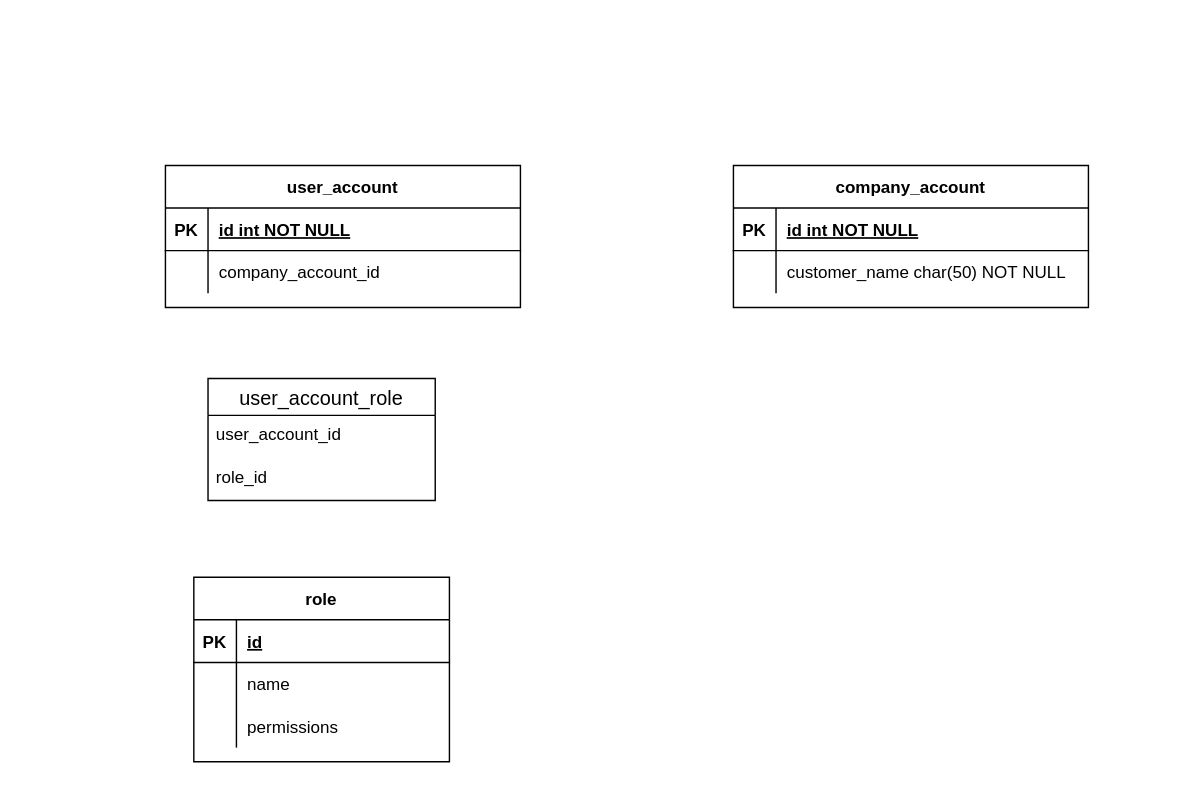
Before: UM.drawio in lyndon-trash/presentation-oauth2, a draw.io diagram. Source tidied: cells renumbered, new cells numbered last; positions are measured from the earlier drawing's top-left corner, leaving out a move shared by most shapes. Both pictures are drawn from the tidied source at 142%, with x=0, y=0 at pixel (165, 165).
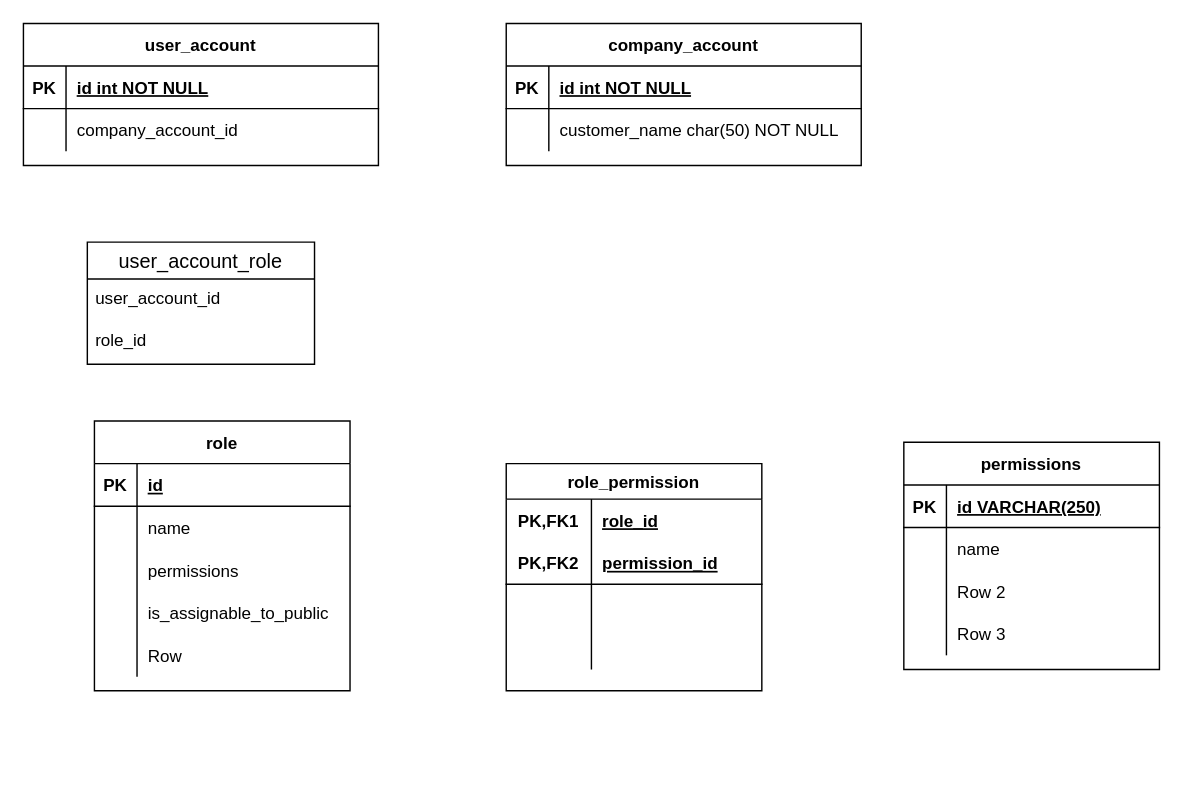
Above is the later version.

Diff of the diagram source:
```diff
@@
     <mxCell id="2" value="user_account" style="shape=table;startSize=30;childLayout=tableLayout;rowLines=0;fontStyle=1;align=center;" parent="1" vertex="1">
-      <mxGeometry width="250" height="100" as="geometry" />
+      <mxGeometry x="-100" y="-100" width="250" height="100" as="geometry" />
     </mxCell>
@@
     <mxCell id="9" value="role" style="shape=table;startSize=30;childLayout=tableLayout;rowLines=0;fontStyle=1;align=center;" parent="1" vertex="1">
-      <mxGeometry x="20" y="290" width="180" height="130" as="geometry" />
+      <mxGeometry x="-50" y="180" width="180" height="190" as="geometry" />
     </mxCell>
@@
+    <mxCell id="29" style="shape=partialRectangle;fillColor=none;top=0;left=0;bottom=0;right=0;" parent="9" vertex="1">
+      <mxGeometry y="120" width="180" height="30" as="geometry" />
+    </mxCell>
+    <mxCell id="30" style="shape=partialRectangle;fillColor=none;top=0;left=0;bottom=0;right=0;overflow=hidden;" parent="29" vertex="1">
+      <mxGeometry width="30" height="30" as="geometry" />
+    </mxCell>
+    <mxCell id="31" value="is_assignable_to_public" style="shape=partialRectangle;fillColor=none;top=0;left=0;bottom=0;right=0;align=left;spacingLeft=6;overflow=hidden;" parent="29" vertex="1">
+      <mxGeometry x="30" width="150" height="30" as="geometry" />
+    </mxCell>
+    <mxCell id="32" style="shape=partialRectangle;fillColor=none;top=0;left=0;bottom=0;right=0;" parent="9" vertex="1">
+      <mxGeometry y="150" width="180" height="30" as="geometry" />
+    </mxCell>
+    <mxCell id="33" style="shape=partialRectangle;fillColor=none;top=0;left=0;bottom=0;right=0;overflow=hidden;" parent="32" vertex="1">
+      <mxGeometry width="30" height="30" as="geometry" />
+    </mxCell>
+    <mxCell id="34" value="Row" style="shape=partialRectangle;fillColor=none;top=0;left=0;bottom=0;right=0;align=left;spacingLeft=6;overflow=hidden;" parent="32" vertex="1">
+      <mxGeometry x="30" width="150" height="30" as="geometry" />
+    </mxCell>
     <mxCell id="19" value="company_account" style="shape=table;startSize=30;childLayout=tableLayout;rowLines=0;fontStyle=1;align=center;" parent="1" vertex="1">
-      <mxGeometry x="400" width="250" height="100" as="geometry" />
+      <mxGeometry x="240" y="-100" width="250" height="100" as="geometry" />
     </mxCell>
@@
     <mxCell id="26" value="user_account_role" style="swimlane;fontStyle=0;horizontal=1;startSize=26;align=center;fontSize=14;" parent="1" vertex="1">
-      <mxGeometry x="30" y="150" width="160" height="86" as="geometry" />
+      <mxGeometry x="-55" y="54" width="160" height="86" as="geometry" />
     </mxCell>
@@
+    <mxCell id="35" value="permissions" style="shape=table;startSize=30;childLayout=tableLayout;rowLines=0;fontStyle=1;align=center;" parent="1" vertex="1">
+      <mxGeometry x="520" y="195" width="180" height="160" as="geometry" />
+    </mxCell>
+    <mxCell id="36" style="shape=partialRectangle;fillColor=none;top=0;left=0;bottom=1;right=0;" parent="35" vertex="1">
+      <mxGeometry y="30" width="180" height="30" as="geometry" />
+    </mxCell>
+    <mxCell id="37" value="PK" style="shape=partialRectangle;fillColor=none;top=0;left=0;bottom=0;right=0;fontStyle=1;overflow=hidden;" parent="36" vertex="1">
+      <mxGeometry width="30" height="30" as="geometry" />
+    </mxCell>
+    <mxCell id="38" value="id VARCHAR(250)" style="shape=partialRectangle;fillColor=none;top=0;left=0;bottom=0;right=0;align=left;spacingLeft=6;fontStyle=5;overflow=hidden;" parent="36" vertex="1">
+      <mxGeometry x="30" width="150" height="30" as="geometry" />
+    </mxCell>
+    <mxCell id="39" style="shape=partialRectangle;fillColor=none;top=0;left=0;bottom=0;right=0;" parent="35" vertex="1">
+      <mxGeometry y="60" width="180" height="30" as="geometry" />
+    </mxCell>
+    <mxCell id="40" style="shape=partialRectangle;fillColor=none;top=0;left=0;bottom=0;right=0;overflow=hidden;" parent="39" vertex="1">
+      <mxGeometry width="30" height="30" as="geometry" />
+    </mxCell>
+    <mxCell id="41" value="name" style="shape=partialRectangle;fillColor=none;top=0;left=0;bottom=0;right=0;align=left;spacingLeft=6;overflow=hidden;" parent="39" vertex="1">
+      <mxGeometry x="30" width="150" height="30" as="geometry" />
+    </mxCell>
+    <mxCell id="42" style="shape=partialRectangle;fillColor=none;top=0;left=0;bottom=0;right=0;" parent="35" vertex="1">
+      <mxGeometry y="90" width="180" height="30" as="geometry" />
+    </mxCell>
+    <mxCell id="43" style="shape=partialRectangle;fillColor=none;top=0;left=0;bottom=0;right=0;overflow=hidden;" parent="42" vertex="1">
+      <mxGeometry width="30" height="30" as="geometry" />
+    </mxCell>
+    <mxCell id="44" value="Row 2" style="shape=partialRectangle;fillColor=none;top=0;left=0;bottom=0;right=0;align=left;spacingLeft=6;overflow=hidden;" parent="42" vertex="1">
+      <mxGeometry x="30" width="150" height="30" as="geometry" />
+    </mxCell>
+    <mxCell id="45" style="shape=partialRectangle;fillColor=none;top=0;left=0;bottom=0;right=0;" parent="35" vertex="1">
+      <mxGeometry y="120" width="180" height="30" as="geometry" />
+    </mxCell>
+    <mxCell id="46" style="shape=partialRectangle;fillColor=none;top=0;left=0;bottom=0;right=0;overflow=hidden;" parent="45" vertex="1">
+      <mxGeometry width="30" height="30" as="geometry" />
+    </mxCell>
+    <mxCell id="47" value="Row 3" style="shape=partialRectangle;fillColor=none;top=0;left=0;bottom=0;right=0;align=left;spacingLeft=6;overflow=hidden;" parent="45" vertex="1">
+      <mxGeometry x="30" width="150" height="30" as="geometry" />
+    </mxCell>
+    <mxCell id="48" value="role_permission" style="shape=table;startSize=25;childLayout=tableLayout;rowLines=0;fontStyle=1;align=center;" parent="1" vertex="1">
+      <mxGeometry x="240" y="210" width="180" height="160" as="geometry" />
+    </mxCell>
+    <mxCell id="49" style="shape=partialRectangle;fillColor=none;top=0;left=0;bottom=0;right=0;" parent="48" vertex="1">
+      <mxGeometry y="25" width="180" height="30" as="geometry" />
+    </mxCell>
+    <mxCell id="50" value="PK,FK1" style="shape=partialRectangle;fillColor=none;top=0;left=0;bottom=0;right=0;fontStyle=1;overflow=hidden;" parent="49" vertex="1">
+      <mxGeometry width="60" height="30" as="geometry" />
+    </mxCell>
+    <mxCell id="51" value="role_id" style="shape=partialRectangle;fillColor=none;top=0;left=0;bottom=0;right=0;align=left;spacingLeft=6;fontStyle=5;overflow=hidden;" parent="49" vertex="1">
+      <mxGeometry x="60" width="120" height="30" as="geometry" />
+    </mxCell>
+    <mxCell id="52" style="shape=partialRectangle;fillColor=none;top=0;left=0;bottom=1;right=0;" parent="48" vertex="1">
+      <mxGeometry y="55" width="180" height="30" as="geometry" />
+    </mxCell>
+    <mxCell id="53" value="PK,FK2" style="shape=partialRectangle;fillColor=none;top=0;left=0;bottom=0;right=0;fontStyle=1;overflow=hidden;" parent="52" vertex="1">
+      <mxGeometry width="60" height="30" as="geometry" />
+    </mxCell>
+    <mxCell id="54" value="permission_id" style="shape=partialRectangle;fillColor=none;top=0;left=0;bottom=0;right=0;align=left;spacingLeft=6;fontStyle=5;overflow=hidden;" parent="52" vertex="1">
+      <mxGeometry x="60" width="120" height="30" as="geometry" />
+    </mxCell>
+    <mxCell id="55" style="shape=partialRectangle;fillColor=none;top=0;left=0;bottom=0;right=0;" parent="48" vertex="1">
+      <mxGeometry y="85" width="180" height="30" as="geometry" />
+    </mxCell>
+    <mxCell id="56" style="shape=partialRectangle;fillColor=none;top=0;left=0;bottom=0;right=0;overflow=hidden;" parent="55" vertex="1">
+      <mxGeometry width="60" height="30" as="geometry" />
+    </mxCell>
+    <mxCell id="57" style="shape=partialRectangle;fillColor=none;top=0;left=0;bottom=0;right=0;align=left;spacingLeft=6;overflow=hidden;" parent="55" vertex="1">
+      <mxGeometry x="60" width="120" height="30" as="geometry" />
+    </mxCell>
+    <mxCell id="58" style="shape=partialRectangle;fillColor=none;top=0;left=0;bottom=0;right=0;" parent="48" vertex="1">
+      <mxGeometry y="115" width="180" height="30" as="geometry" />
+    </mxCell>
+    <mxCell id="59" style="shape=partialRectangle;fillColor=none;top=0;left=0;bottom=0;right=0;overflow=hidden;" parent="58" vertex="1">
+      <mxGeometry width="60" height="30" as="geometry" />
+    </mxCell>
+    <mxCell id="60" style="shape=partialRectangle;fillColor=none;top=0;left=0;bottom=0;right=0;align=left;spacingLeft=6;overflow=hidden;" parent="58" vertex="1">
+      <mxGeometry x="60" width="120" height="30" as="geometry" />
+    </mxCell>
```
